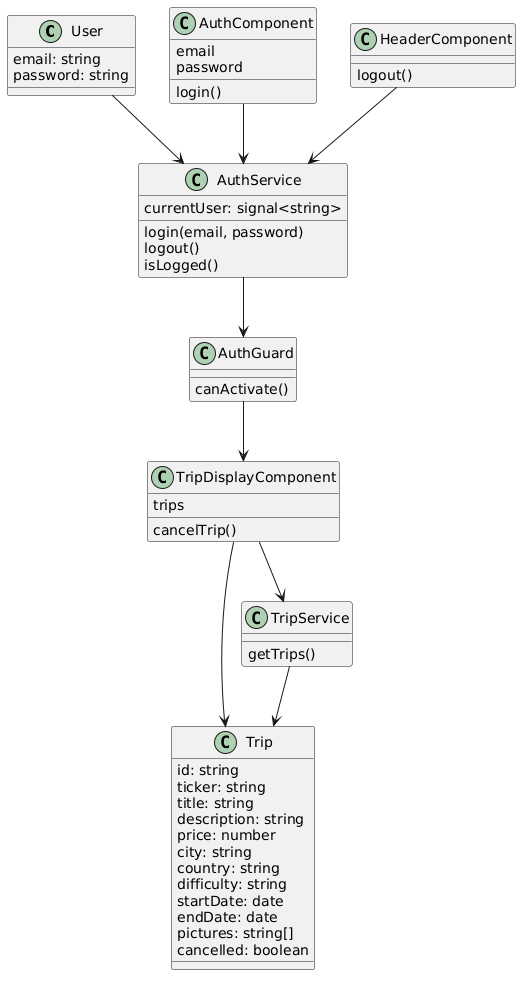
Earlier version of the PlantUML export acme_explorer_uml.png (Alex-lanero/Proyecto_TC). The source it was exported from:
```plantuml
@startuml
class User {
  email: string
  password: string
}

class AuthService {
  currentUser: signal<string>
  login(email, password)
  logout()
  isLogged()
}

class AuthGuard {
  canActivate()
}

class Trip {
  id: string
  ticker: string
  title: string
  description: string
  price: number
  city: string
  country: string
  difficulty: string
  startDate: date
  endDate: date
  pictures: string[]
  cancelled: boolean
}

class TripService {
  getTrips()
}

class TripDisplayComponent {
  trips
  cancelTrip()
}

class AuthComponent {
  email
  password
  login()
}

class HeaderComponent {
  logout()
}

User --> AuthService
AuthService --> AuthGuard
AuthGuard --> TripDisplayComponent

TripService --> Trip
TripDisplayComponent --> TripService
TripDisplayComponent --> Trip

AuthComponent --> AuthService
HeaderComponent --> AuthService
@enduml
```
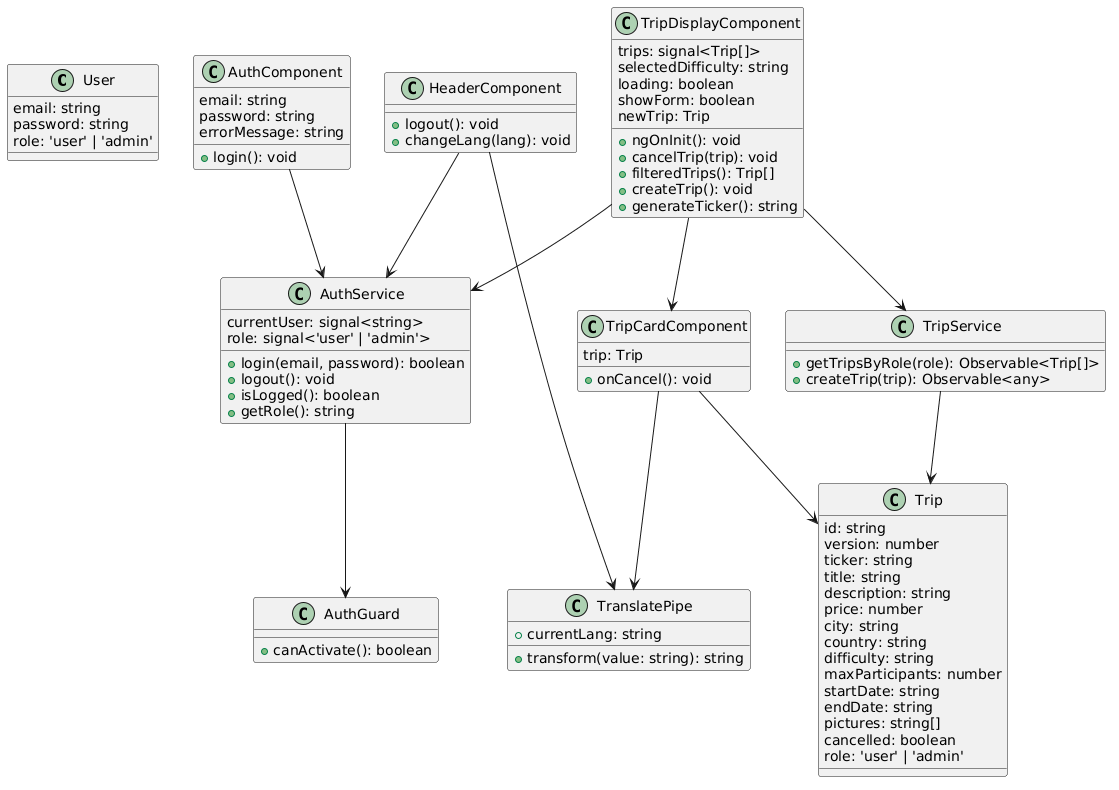
After the commit.

Commit message:
uml actualizado

Change to the diagram source:
```diff
@@ -1,22 +1,40 @@
 @startuml
+
 class User {
   email: string
   password: string
+  role: 'user' | 'admin'
 }
 
 class AuthService {
   currentUser: signal<string>
-  login(email, password)
-  logout()
-  isLogged()
+  role: signal<'user' | 'admin'>
+  + login(email, password): boolean
+  + logout(): void
+  + isLogged(): boolean
+  + getRole(): string
+}
+
+class AuthComponent {
+  email: string
+  password: string
+  errorMessage: string
+  + login(): void
+}
+
+class HeaderComponent {
+  + logout(): void
+  + changeLang(lang): void
 }
 
 class AuthGuard {
-  canActivate()
+  + canActivate(): boolean
 }
+
 
 class Trip {
   id: string
+  version: number
   ticker: string
   title: string
   description: string
@@ -24,39 +42,56 @@
   city: string
   country: string
   difficulty: string
-  startDate: date
-  endDate: date
+  maxParticipants: number
+  startDate: string
+  endDate: string
   pictures: string[]
   cancelled: boolean
+  role: 'user' | 'admin'
 }
 
+
 class TripService {
-  getTrips()
+  + getTripsByRole(role): Observable<Trip[]>
+  + createTrip(trip): Observable<any>
 }
 
 class TripDisplayComponent {
-  trips
-  cancelTrip()
+  trips: signal<Trip[]>
+  selectedDifficulty: string
+  loading: boolean
+  showForm: boolean
+  newTrip: Trip
+  + ngOnInit(): void
+  + cancelTrip(trip): void
+  + filteredTrips(): Trip[]
+  + createTrip(): void
+  + generateTicker(): string
 }
 
-class AuthComponent {
-  email
-  password
-  login()
+class TripCardComponent {
+  trip: Trip
+  + onCancel(): void
 }
 
-class HeaderComponent {
-  logout()
+
+class TranslatePipe {
+  + currentLang: string
+  + transform(value: string): string
 }
 
-User --> AuthService
-AuthService --> AuthGuard
-AuthGuard --> TripDisplayComponent
-
-TripService --> Trip
-TripDisplayComponent --> TripService
-TripDisplayComponent --> Trip
 
 AuthComponent --> AuthService
 HeaderComponent --> AuthService
+AuthService --> AuthGuard
+
+TripDisplayComponent --> TripService
+TripDisplayComponent --> AuthService
+TripDisplayComponent --> TripCardComponent
+TripCardComponent --> Trip
+
+TripService --> Trip
+
+HeaderComponent --> TranslatePipe
+TripCardComponent --> TranslatePipe
 @enduml
```
